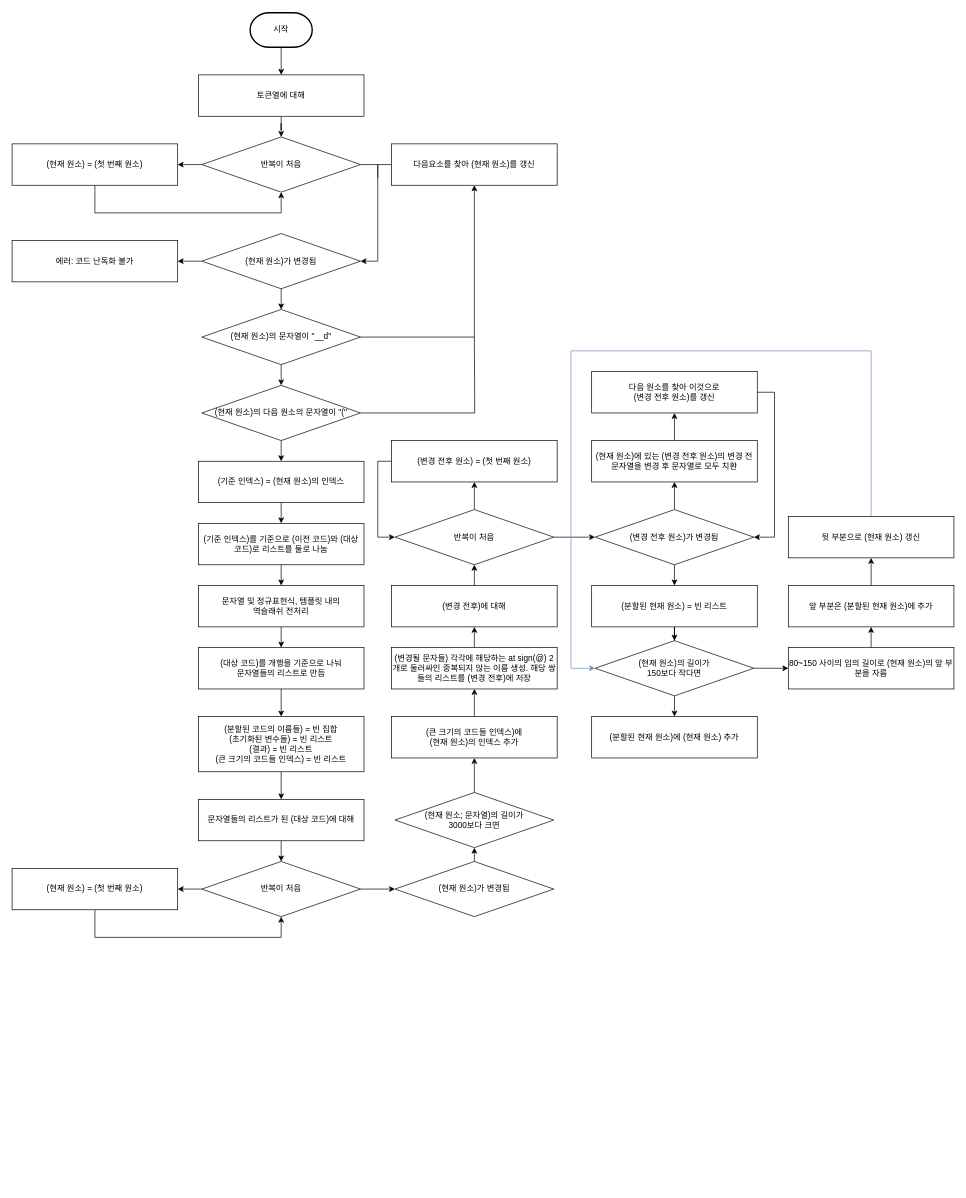
Above: obfuscate_code.drawio in Choi-Suhyeon/ulangCompiler (draw.io), before the change. Source tidied: cells renumbered, new cells numbered last; positions are measured from the earlier drawing's top-left corner, leaving out a move shared by most shapes. Both pictures are drawn from the tidied source at 69%, with x=0, y=0 at pixel (12, 12).
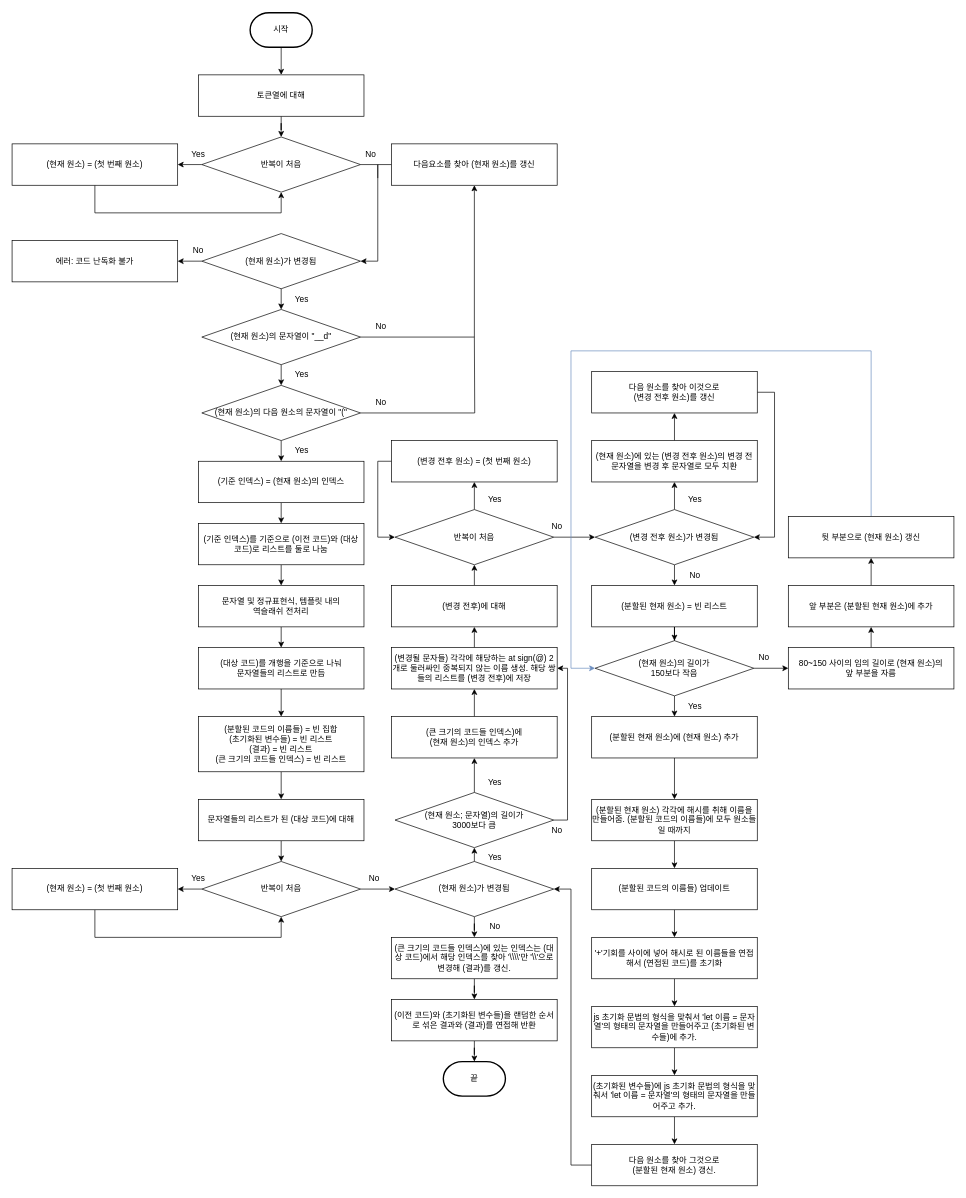
Above is the later version.

Unchanged cells that the change refers to:
```xml
<mxCell id="39" value="(현재 원소)가 변경됨" style="rhombus;whiteSpace=wrap;html=1;" parent="1" vertex="1">
  <mxGeometry x="555" y="1230" width="230" height="80" as="geometry" />
</mxCell>
<mxCell id="47" value="(변경될 문자들) 각각에 해당하는 at sign(@) 2개로 둘러싸인 중복되지 않는 이름 생성. 해당 쌍들의 리스트를 (변경 전후)에 저장" style="rounded=0;whiteSpace=wrap;html=1;" parent="1" vertex="1">
  <mxGeometry x="550" y="920" width="240" height="60" as="geometry" />
</mxCell>
<mxCell id="67" value="(분할된 현재 원소)에 (현재 원소) 추가" style="rounded=0;whiteSpace=wrap;html=1;" parent="1" vertex="1">
  <mxGeometry x="840" y="1020" width="240" height="60" as="geometry" />
</mxCell>
```

What changed in the source:
```diff
@@
+    <mxCell id="74" style="edgeStyle=orthogonalEdgeStyle;rounded=0;jettySize=auto;html=1;exitX=0.5;exitY=1;exitDx=0;exitDy=0;" parent="1" edge="1" source="39" target="90">
+      <mxGeometry relative="1" as="geometry" />
+    </mxCell>
@@
+    <mxCell id="75" style="edgeStyle=orthogonalEdgeStyle;rounded=0;jettySize=auto;html=1;exitX=1;exitY=0.5;exitDx=0;exitDy=0;entryX=1;entryY=0.5;entryDx=0;entryDy=0;" parent="1" edge="1" source="43" target="47">
+      <mxGeometry relative="1" as="geometry" />
+    </mxCell>
-    <mxCell id="43" value="(현재 원소; 문자열)의 길이가&lt;br&gt;3000보다 크면" style="rhombus;whiteSpace=wrap;html=1;" parent="1" vertex="1">
+    <mxCell id="43" value="(현재 원소; 문자열)의 길이가&lt;br&gt;3000보다 큼" style="rhombus;whiteSpace=wrap;html=1;" parent="1" vertex="1">
       <mxGeometry x="555" y="1130" width="230" height="80" as="geometry" />
     </mxCell>
@@
-    <mxCell id="64" value="(현재 원소)의 길이가 &lt;br&gt;150보다 작다면" style="rhombus;whiteSpace=wrap;html=1;" parent="1" vertex="1">
+    <mxCell id="64" value="(현재 원소)의 길이가 &lt;br&gt;150보다 작음" style="rhombus;whiteSpace=wrap;html=1;" parent="1" vertex="1">
       <mxGeometry x="845" y="910" width="230" height="80" as="geometry" />
     </mxCell>
@@
+    <mxCell id="76" style="edgeStyle=orthogonalEdgeStyle;rounded=0;jettySize=auto;html=1;exitX=0.5;exitY=1;exitDx=0;exitDy=0;" parent="1" edge="1" source="67" target="78">
+      <mxGeometry relative="1" as="geometry" />
+    </mxCell>
@@
-    <mxCell id="69" value="80~150 사이의 임의 길이로 (현재 원소)의 앞 부분을 자름" style="rounded=0;whiteSpace=wrap;html=1;" parent="1" vertex="1">
+    <mxCell id="69" value="80~150 사이의 임의 길이로 (현재 원소)의 &lt;br&gt;앞 부분을 자름" style="rounded=0;whiteSpace=wrap;html=1;" parent="1" vertex="1">
       <mxGeometry x="1125" y="920" width="240" height="60" as="geometry" />
     </mxCell>
@@
+    <mxCell id="77" style="edgeStyle=orthogonalEdgeStyle;rounded=0;jettySize=auto;html=1;exitX=0.5;exitY=1;exitDx=0;exitDy=0;" parent="1" edge="1" source="78" target="82">
+      <mxGeometry relative="1" as="geometry" />
+    </mxCell>
+    <mxCell id="78" value="(분할된 현재 원소) 각각에 해시를 취해 이름을 만들어줌. (분할된 코드의 이름들)에 모두 원소들일 때까지" style="rounded=0;whiteSpace=wrap;html=1;" parent="1" vertex="1">
+      <mxGeometry x="840" y="1140" width="240" height="60" as="geometry" />
+    </mxCell>
+    <mxCell id="79" style="edgeStyle=orthogonalEdgeStyle;rounded=0;jettySize=auto;html=1;exitX=0.5;exitY=1;exitDx=0;exitDy=0;entryX=0.5;entryY=0;entryDx=0;entryDy=0;" parent="1" edge="1" source="80" target="84">
+      <mxGeometry relative="1" as="geometry" />
+    </mxCell>
+    <mxCell id="80" value="'+'기회를 사이에 넣어 해시로 된 이름들을 연접해서 (연접된 코드)를 초기화" style="rounded=0;whiteSpace=wrap;html=1;" parent="1" vertex="1">
+      <mxGeometry x="840" y="1340" width="240" height="60" as="geometry" />
+    </mxCell>
+    <mxCell id="81" style="edgeStyle=orthogonalEdgeStyle;rounded=0;jettySize=auto;html=1;exitX=0.5;exitY=1;exitDx=0;exitDy=0;entryX=0.5;entryY=0;entryDx=0;entryDy=0;" parent="1" edge="1" source="82" target="80">
+      <mxGeometry relative="1" as="geometry" />
+    </mxCell>
+    <mxCell id="82" value="(분할된 코드의 이름들) 업데이트" style="rounded=0;whiteSpace=wrap;html=1;" parent="1" vertex="1">
+      <mxGeometry x="840" y="1240" width="240" height="60" as="geometry" />
+    </mxCell>
+    <mxCell id="83" style="edgeStyle=orthogonalEdgeStyle;rounded=0;jettySize=auto;html=1;exitX=0.5;exitY=1;exitDx=0;exitDy=0;entryX=0.5;entryY=0;entryDx=0;entryDy=0;" parent="1" edge="1" source="84" target="86">
+      <mxGeometry relative="1" as="geometry" />
+    </mxCell>
+    <mxCell id="84" value="js 초기화 문법의 형식을 맞춰서 'let 이름 = 문자열'의 형태의 문자열을 만들어주고 (초기화된 변수들)에 추가." style="rounded=0;whiteSpace=wrap;html=1;" parent="1" vertex="1">
+      <mxGeometry x="840" y="1440" width="240" height="60" as="geometry" />
+    </mxCell>
+    <mxCell id="85" style="edgeStyle=orthogonalEdgeStyle;rounded=0;jettySize=auto;html=1;exitX=0.5;exitY=1;exitDx=0;exitDy=0;entryX=0.5;entryY=0;entryDx=0;entryDy=0;" parent="1" edge="1" source="86" target="88">
+      <mxGeometry relative="1" as="geometry" />
+    </mxCell>
+    <mxCell id="86" value="(초기화된 변수들)에 js 초기화 문법의 형식을 맞춰서 'let 이름 = 문자열'의 형태의 문자열을 만들어주고 추가." style="rounded=0;whiteSpace=wrap;html=1;" parent="1" vertex="1">
+      <mxGeometry x="840" y="1540" width="240" height="60" as="geometry" />
+    </mxCell>
+    <mxCell id="87" style="edgeStyle=orthogonalEdgeStyle;rounded=0;jettySize=auto;html=1;exitX=0;exitY=0.5;exitDx=0;exitDy=0;entryX=1;entryY=0.5;entryDx=0;entryDy=0;" parent="1" edge="1" source="88" target="39">
+      <mxGeometry relative="1" as="geometry">
+        <Array as="points">
+          <mxPoint x="810" y="1670" />
+          <mxPoint x="810" y="1270" />
+        </Array>
+      </mxGeometry>
+    </mxCell>
+    <mxCell id="88" value="다음 원소를 찾아 그것으로 &lt;br&gt;(분할된 현재 원소) 갱신." style="rounded=0;whiteSpace=wrap;html=1;" parent="1" vertex="1">
+      <mxGeometry x="840" y="1640" width="240" height="60" as="geometry" />
+    </mxCell>
+    <mxCell id="89" style="edgeStyle=orthogonalEdgeStyle;rounded=0;jettySize=auto;html=1;exitX=0.5;exitY=1;exitDx=0;exitDy=0;" parent="1" edge="1" source="90" target="92">
+      <mxGeometry relative="1" as="geometry" />
+    </mxCell>
+    <mxCell id="90" value="(큰 크기의 코드들 인덱스)에 있는 인덱스는 (대상 코드)에서 해당 인덱스를 찾아 '\\\\'만 '\\'으로 변경해 (결과)를 갱신." style="rounded=0;whiteSpace=wrap;html=1;" parent="1" vertex="1">
+      <mxGeometry x="550" y="1340" width="240" height="60" as="geometry" />
+    </mxCell>
+    <mxCell id="91" style="edgeStyle=orthogonalEdgeStyle;rounded=0;jettySize=auto;html=1;exitX=0.5;exitY=1;exitDx=0;exitDy=0;" parent="1" edge="1" source="92" target="93">
+      <mxGeometry relative="1" as="geometry" />
+    </mxCell>
+    <mxCell id="92" value="(이전 코드)와 (초기화된 변수들)을 랜덤한 순서로 섞은 결과와 (결과)를 연접해 반환" style="rounded=0;whiteSpace=wrap;html=1;" parent="1" vertex="1">
+      <mxGeometry x="550" y="1430" width="240" height="60" as="geometry" />
+    </mxCell>
+    <mxCell id="93" value="끝" style="strokeWidth=2;html=1;shape=mxgraph.flowchart.terminator;whiteSpace=wrap;" parent="1" vertex="1">
+      <mxGeometry x="625" y="1520" width="90" height="50" as="geometry" />
+    </mxCell>
+    <mxCell id="94" value="Yes" style="text;html=1;strokeColor=none;fillColor=none;align=center;verticalAlign=middle;whiteSpace=wrap;rounded=0;" parent="1" vertex="1">
+      <mxGeometry x="240" y="190" width="60" height="30" as="geometry" />
+    </mxCell>
+    <mxCell id="95" value="No" style="text;html=1;strokeColor=none;fillColor=none;align=center;verticalAlign=middle;whiteSpace=wrap;rounded=0;" parent="1" vertex="1">
+      <mxGeometry x="490" y="190" width="60" height="30" as="geometry" />
+    </mxCell>
+    <mxCell id="96" value="No" style="text;html=1;strokeColor=none;fillColor=none;align=center;verticalAlign=middle;whiteSpace=wrap;rounded=0;" parent="1" vertex="1">
+      <mxGeometry x="240" y="330" width="60" height="30" as="geometry" />
+    </mxCell>
+    <mxCell id="97" value="Yes" style="text;html=1;strokeColor=none;fillColor=none;align=center;verticalAlign=middle;whiteSpace=wrap;rounded=0;" parent="1" vertex="1">
+      <mxGeometry x="390" y="400" width="60" height="30" as="geometry" />
+    </mxCell>
+    <mxCell id="98" value="Yes" style="text;html=1;strokeColor=none;fillColor=none;align=center;verticalAlign=middle;whiteSpace=wrap;rounded=0;" parent="1" vertex="1">
+      <mxGeometry x="390" y="510" width="60" height="30" as="geometry" />
+    </mxCell>
+    <mxCell id="99" value="Yes" style="text;html=1;strokeColor=none;fillColor=none;align=center;verticalAlign=middle;whiteSpace=wrap;rounded=0;" parent="1" vertex="1">
+      <mxGeometry x="390" y="620" width="60" height="30" as="geometry" />
+    </mxCell>
+    <mxCell id="100" value="No" style="text;html=1;strokeColor=none;fillColor=none;align=center;verticalAlign=middle;whiteSpace=wrap;rounded=0;" parent="1" vertex="1">
+      <mxGeometry x="505" y="440" width="60" height="30" as="geometry" />
+    </mxCell>
+    <mxCell id="101" value="No" style="text;html=1;strokeColor=none;fillColor=none;align=center;verticalAlign=middle;whiteSpace=wrap;rounded=0;" parent="1" vertex="1">
+      <mxGeometry x="505" y="550" width="60" height="30" as="geometry" />
+    </mxCell>
+    <mxCell id="102" value="Yes" style="text;html=1;strokeColor=none;fillColor=none;align=center;verticalAlign=middle;whiteSpace=wrap;rounded=0;" parent="1" vertex="1">
+      <mxGeometry x="240" y="1240" width="60" height="30" as="geometry" />
+    </mxCell>
+    <mxCell id="103" value="No" style="text;html=1;strokeColor=none;fillColor=none;align=center;verticalAlign=middle;whiteSpace=wrap;rounded=0;" parent="1" vertex="1">
+      <mxGeometry x="495" y="1240" width="60" height="30" as="geometry" />
+    </mxCell>
+    <mxCell id="104" value="No" style="text;html=1;strokeColor=none;fillColor=none;align=center;verticalAlign=middle;whiteSpace=wrap;rounded=0;" parent="1" vertex="1">
+      <mxGeometry x="670" y="1310" width="60" height="30" as="geometry" />
+    </mxCell>
+    <mxCell id="105" value="Yes" style="text;html=1;strokeColor=none;fillColor=none;align=center;verticalAlign=middle;whiteSpace=wrap;rounded=0;" parent="1" vertex="1">
+      <mxGeometry x="670" y="1210" width="60" height="30" as="geometry" />
+    </mxCell>
+    <mxCell id="106" value="Yes" style="text;html=1;strokeColor=none;fillColor=none;align=center;verticalAlign=middle;whiteSpace=wrap;rounded=0;" parent="1" vertex="1">
+      <mxGeometry x="670" y="1100" width="60" height="30" as="geometry" />
+    </mxCell>
+    <mxCell id="107" value="No" style="text;html=1;strokeColor=none;fillColor=none;align=center;verticalAlign=middle;whiteSpace=wrap;rounded=0;" parent="1" vertex="1">
+      <mxGeometry x="760" y="1170" width="60" height="30" as="geometry" />
+    </mxCell>
+    <mxCell id="108" value="Yes" style="text;html=1;strokeColor=none;fillColor=none;align=center;verticalAlign=middle;whiteSpace=wrap;rounded=0;" parent="1" vertex="1">
+      <mxGeometry x="670" y="690" width="60" height="30" as="geometry" />
+    </mxCell>
+    <mxCell id="109" value="No" style="text;html=1;strokeColor=none;fillColor=none;align=center;verticalAlign=middle;whiteSpace=wrap;rounded=0;" parent="1" vertex="1">
+      <mxGeometry x="760" y="730" width="60" height="30" as="geometry" />
+    </mxCell>
+    <mxCell id="110" value="No" style="text;html=1;strokeColor=none;fillColor=none;align=center;verticalAlign=middle;whiteSpace=wrap;rounded=0;" parent="1" vertex="1">
+      <mxGeometry x="960" y="800" width="60" height="30" as="geometry" />
+    </mxCell>
+    <mxCell id="111" value="Yes" style="text;html=1;strokeColor=none;fillColor=none;align=center;verticalAlign=middle;whiteSpace=wrap;rounded=0;" parent="1" vertex="1">
+      <mxGeometry x="960" y="690" width="60" height="30" as="geometry" />
+    </mxCell>
+    <mxCell id="112" value="No" style="text;html=1;strokeColor=none;fillColor=none;align=center;verticalAlign=middle;whiteSpace=wrap;rounded=0;" parent="1" vertex="1">
+      <mxGeometry x="1060" y="920" width="60" height="30" as="geometry" />
+    </mxCell>
+    <mxCell id="113" value="Yes" style="text;html=1;strokeColor=none;fillColor=none;align=center;verticalAlign=middle;whiteSpace=wrap;rounded=0;" parent="1" vertex="1">
+      <mxGeometry x="960" y="990" width="60" height="30" as="geometry" />
+    </mxCell>
```
